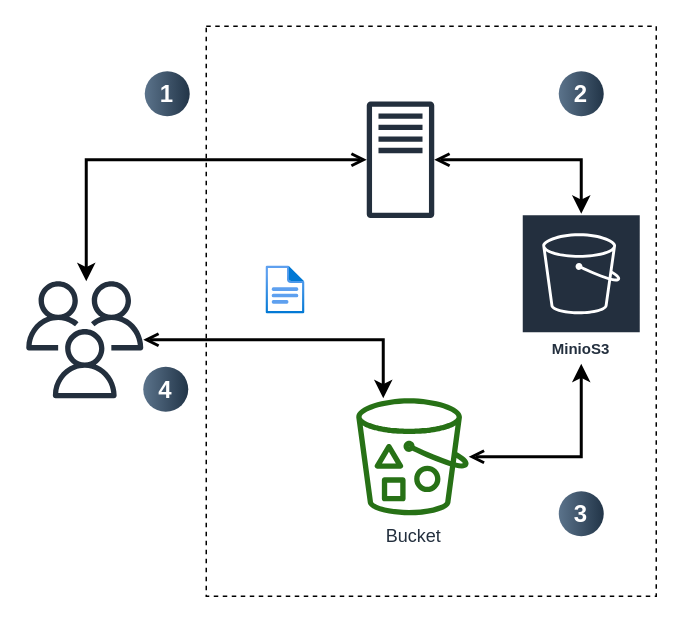
Earlier version of the draw.io diagram docs/drawio/s3.drawio (CNAG-Biomedical-Informatics/omicsdm-documentation). Source tidied: cells renumbered, new cells numbered last; positions are measured from the earlier drawing's top-left corner, leaving out a move shared by most shapes. Both pictures are drawn from the tidied source at 150%, with x=0, y=0 at pixel (26, 26).
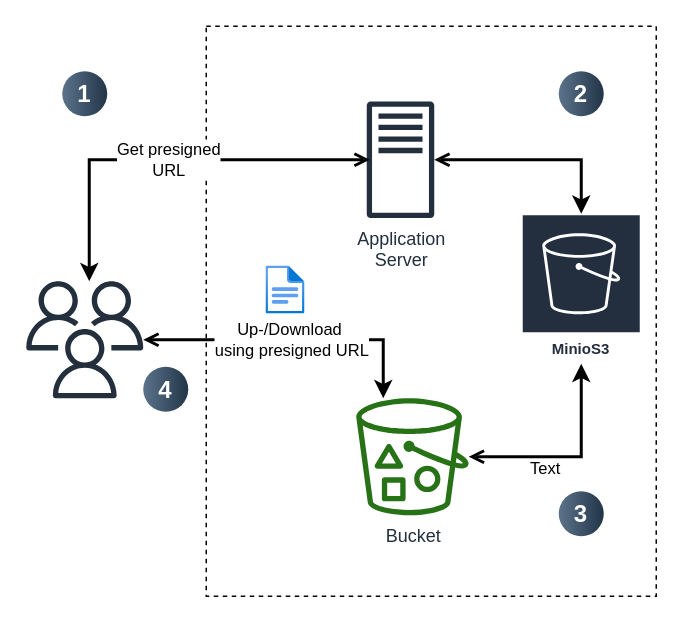
Above is the later version.

Unchanged cells that the change refers to:
```xml
<mxCell id="2" style="rounded=0;whiteSpace=wrap;html=1;labelBackgroundColor=none;fillColor=none;dashed=1;" parent="1" vertex="1">
  <mxGeometry x="120" width="300" height="380" as="geometry" />
</mxCell>
<mxCell id="3" value="Bucket" style="outlineConnect=0;fontColor=#232F3E;gradientColor=none;fillColor=#277116;strokeColor=none;dashed=0;verticalLabelPosition=bottom;verticalAlign=top;align=center;html=1;fontSize=12;fontStyle=0;shape=mxgraph.aws4.bucket_with_objects;labelBackgroundColor=#ffffff;" parent="2" vertex="1">
  <mxGeometry x="100" y="248" width="75" height="78" as="geometry" />
</mxCell>
<mxCell id="7" style="edgeStyle=orthogonalEdgeStyle;rounded=0;jettySize=auto;html=1;endArrow=open;endFill=0;strokeWidth=2;startArrow=classic;startFill=1;" parent="2" edge="1" source="5" target="3">
  <mxGeometry relative="1" as="geometry">
    <Array as="points">
      <mxPoint x="250" y="287" />
    </Array>
  </mxGeometry>
</mxCell>
<mxCell id="12" style="sketch=0;outlineConnect=0;fontColor=#232F3E;gradientColor=none;fillColor=#232F3D;strokeColor=none;dashed=0;verticalLabelPosition=bottom;verticalAlign=top;align=center;html=1;fontSize=12;fontStyle=0;shape=mxgraph.aws4.users;" parent="1" vertex="1">
  <mxGeometry y="170" width="78" height="78" as="geometry" />
</mxCell>
```

The edit, as a diff of the source:
```diff
@@
-    <mxCell id="4" style="sketch=0;outlineConnect=0;fontColor=#232F3E;gradientColor=none;fillColor=#232F3D;strokeColor=none;dashed=0;verticalLabelPosition=bottom;verticalAlign=top;align=center;html=1;fontSize=12;fontStyle=0;shape=mxgraph.aws4.traditional_server;" parent="2" vertex="1">
+    <mxCell id="4" value="Application&lt;br&gt;Server" style="sketch=0;outlineConnect=0;fontColor=#232F3E;gradientColor=none;fillColor=#232F3D;strokeColor=none;dashed=0;verticalLabelPosition=bottom;verticalAlign=top;align=center;html=1;fontSize=12;fontStyle=0;shape=mxgraph.aws4.traditional_server;labelBackgroundColor=#FFFFFF;" parent="2" vertex="1">
       <mxGeometry x="107" y="50" width="45" height="78" as="geometry" />
     </mxCell>
@@
+    <mxCell id="18" value="Text" style="edgeLabel;html=1;align=center;verticalAlign=middle;" parent="7" vertex="1">
+      <mxGeometry x="0.27" y="7" relative="1" as="geometry" />
+    </mxCell>
@@
-    <mxCell id="11" style="edgeStyle=orthogonalEdgeStyle;rounded=0;jettySize=auto;html=1;endArrow=open;endFill=0;strokeWidth=2;startArrow=classic;startFill=1;" parent="1" edge="1" source="3" target="12">
+    <mxCell id="11" value="Up-/Download&amp;nbsp;&lt;br&gt;using presigned URL" style="edgeStyle=orthogonalEdgeStyle;rounded=0;jettySize=auto;html=1;endArrow=open;endFill=0;strokeWidth=2;startArrow=classic;startFill=1;" parent="1" edge="1" source="3" target="12">
       <mxGeometry relative="1" as="geometry">
         <Array as="points">
           <mxPoint x="238" y="209" />
         </Array>
       </mxGeometry>
     </mxCell>
@@
-    <mxCell id="13" style="edgeStyle=orthogonalEdgeStyle;rounded=0;jettySize=auto;html=1;endArrow=open;endFill=0;strokeWidth=2;startArrow=classic;startFill=1;" parent="1" edge="1" source="12" target="4">
+    <mxCell id="13" value="Get presigned &lt;br&gt;URL" style="edgeStyle=orthogonalEdgeStyle;rounded=0;orthogonalLoop=1;jettySize=auto;html=1;endArrow=open;endFill=0;strokeWidth=2;startArrow=classic;startFill=1;" parent="1" edge="1">
       <mxGeometry relative="1" as="geometry">
+        <mxPoint x="42" y="170" as="sourcePoint" />
+        <mxPoint x="229" y="89" as="targetPoint" />
         <Array as="points">
-          <mxPoint x="40" y="89" />
+          <mxPoint x="42" y="89" />
         </Array>
       </mxGeometry>
     </mxCell>
@@
     <mxCell id="15" value="1" style="ellipse;whiteSpace=wrap;html=1;rotation=0;gradientColor=#223548;strokeColor=none;gradientDirection=east;fillColor=#5b738b;rounded=0;fontFamily=Helvetica;fontSize=16;fontColor=#FFFFFF;spacingTop=4;spacingBottom=4;spacingLeft=4;spacingRight=4;fontStyle=1;" parent="1" vertex="1">
-      <mxGeometry x="79" y="30" width="30" height="30" as="geometry" />
+      <mxGeometry x="24" y="30" width="30" height="30" as="geometry" />
     </mxCell>
```
